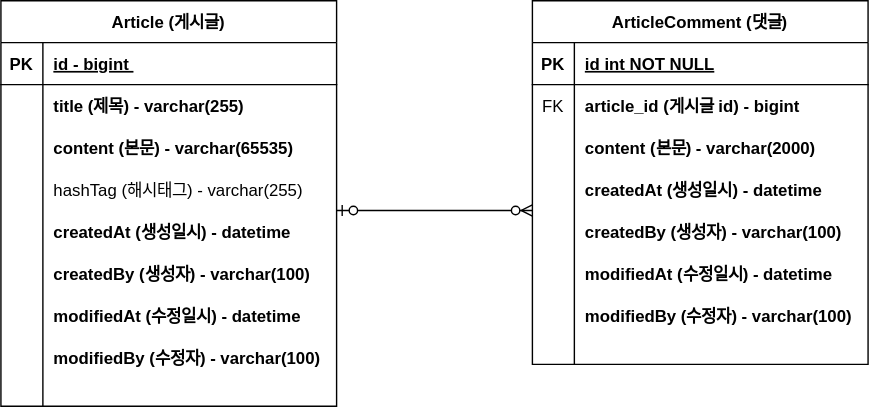
Earlier version of the draw.io export document/project-board-erd.svg (Kim-Soon-Ki/fastcampus-project-board). Source tidied: cells renumbered, new cells last; positions are measured from the earlier drawing's top-left corner, leaving out a move shared by most shapes.
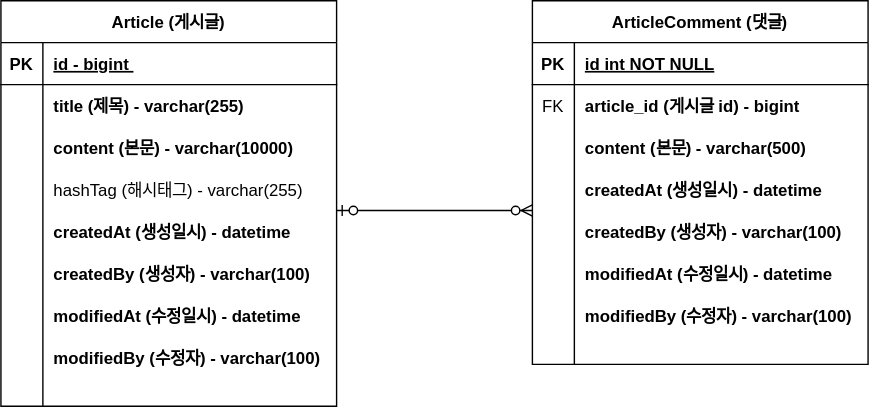
After the commit.

Commit message:
#10 - erd 업데이트: content 사이즈 변경

The edit, as a diff of the source:
```diff
@@ -29,7 +29,7 @@
     <mxCell id="10" style="shape=partialRectangle;overflow=hidden;fillColor=none;top=0;left=0;bottom=0;right=0;" parent="9" vertex="1">
       <mxGeometry width="30" height="30" as="geometry" />
     </mxCell>
-    <mxCell id="11" value="content (본문) - varchar(65535)" style="shape=partialRectangle;overflow=hidden;fillColor=none;top=0;left=0;bottom=0;right=0;align=left;spacingLeft=6;fontStyle=1;" parent="9" vertex="1">
+    <mxCell id="11" value="content (본문) - varchar(10000)" style="shape=partialRectangle;overflow=hidden;fillColor=none;top=0;left=0;bottom=0;right=0;align=left;spacingLeft=6;fontStyle=1;" parent="9" vertex="1">
       <mxGeometry x="30" width="210" height="30" as="geometry" />
     </mxCell>
     <mxCell id="12" style="shape=partialRectangle;fillColor=none;points=[[0,0.5],[1,0.5]];portConstraint=eastwest;top=0;left=0;right=0;bottom=0;" parent="2" vertex="1">
@@ -116,7 +116,7 @@
     <mxCell id="39" style="shape=partialRectangle;overflow=hidden;fillColor=none;top=0;left=0;bottom=0;right=0;" parent="38" vertex="1">
       <mxGeometry width="30" height="30" as="geometry" />
     </mxCell>
-    <mxCell id="40" value="content (본문) - varchar(2000)" style="shape=partialRectangle;overflow=hidden;fillColor=none;top=0;left=0;bottom=0;right=0;align=left;spacingLeft=6;fontStyle=1;" parent="38" vertex="1">
+    <mxCell id="40" value="content (본문) - varchar(500)" style="shape=partialRectangle;overflow=hidden;fillColor=none;top=0;left=0;bottom=0;right=0;align=left;spacingLeft=6;fontStyle=1;" parent="38" vertex="1">
       <mxGeometry x="30" width="210" height="30" as="geometry" />
     </mxCell>
     <mxCell id="41" style="shape=partialRectangle;fillColor=none;top=0;left=0;right=0;bottom=0;" parent="31" vertex="1">
```
